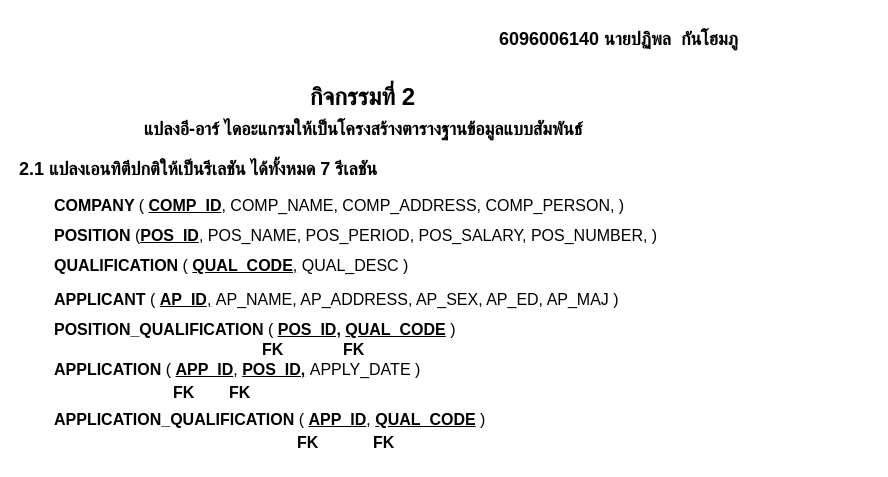
inherthz/96408_Database-Design keeps this draw.io diagram as page "กิจกรรมที่2" (2 of 17) of Untitled Diagram.drawio. Above is the earlier version. Source tidied: cells renumbered, new cells numbered last; positions are measured from the earlier drawing's top-left corner, leaving out a move shared by most shapes. Both pictures are drawn from the tidied source at 100%, with x=0, y=0 at pixel (17, 17).
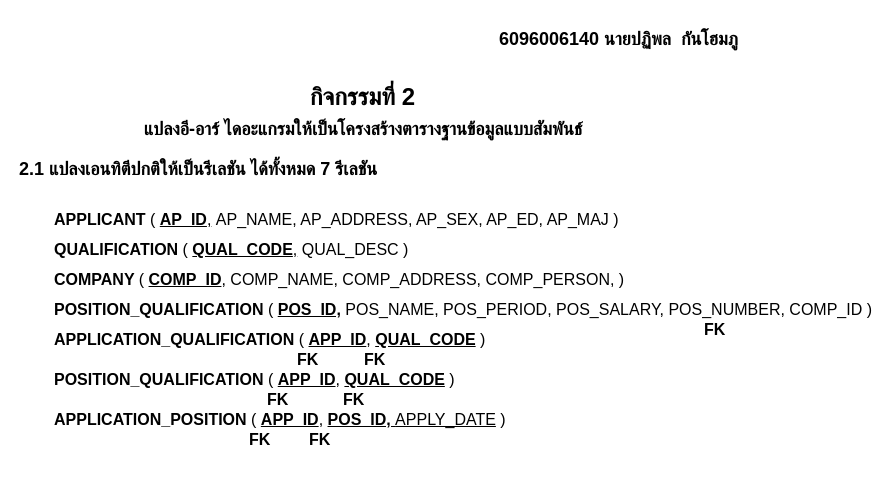
After the change.

Diff of the diagram source:
```diff
@@
 <mxGraphModel>
   <root>
     <mxCell id="0" />
     <mxCell id="1" parent="0" />
     <mxCell id="2" value="&lt;font face=&quot;Sarabun&quot;&gt;กิจกรรมที่ 2&lt;/font&gt;" style="text;strokeColor=none;fillColor=none;html=1;fontSize=24;fontStyle=1;verticalAlign=middle;align=center;" parent="1" vertex="1">
       <mxGeometry x="295" y="60" width="100" height="40" as="geometry" />
     </mxCell>
     <mxCell id="3" value="&lt;font face=&quot;Sarabun&quot;&gt;&lt;span style=&quot;font-size: 18px;&quot;&gt;แปลงอี-อาร์ ไดอะแกรมให้เป็นโครงสร้างตารางฐานข้อมูลแบบสัมพันธ์&amp;nbsp;&lt;/span&gt;&lt;/font&gt;" style="text;strokeColor=none;fillColor=none;html=1;fontSize=24;fontStyle=1;verticalAlign=middle;align=center;" parent="1" vertex="1">
       <mxGeometry x="295" y="90" width="106" height="40" as="geometry" />
     </mxCell>
     <mxCell id="4" value="&lt;font face=&quot;Sarabun&quot;&gt;&lt;span style=&quot;font-size: 18px;&quot;&gt;2.1 แปลงเอนทิตีปกติให้เป็นรีเลชัน ได้ทั้งหมด 7 รีเลชัน&lt;/span&gt;&lt;/font&gt;" style="text;strokeColor=none;fillColor=none;html=1;fontSize=24;fontStyle=1;verticalAlign=middle;align=left;" parent="1" vertex="1">
       <mxGeometry y="130" width="420" height="40" as="geometry" />
     </mxCell>
-    <mxCell id="5" value="&lt;font style=&quot;font-size: 16px;&quot; face=&quot;Sarabun&quot;&gt;APPLICATION&amp;nbsp;&lt;span style=&quot;font-weight: normal;&quot;&gt;(&amp;nbsp;&lt;/span&gt;&lt;u&gt;APP_ID&lt;/u&gt;&lt;span style=&quot;font-weight: normal;&quot;&gt;,&amp;nbsp;&lt;/span&gt;&lt;u style=&quot;&quot;&gt;POS_ID,&lt;/u&gt;&amp;nbsp;&lt;span style=&quot;font-weight: normal;&quot;&gt;APPLY_DATE&lt;/span&gt;&amp;nbsp;&lt;span style=&quot;font-weight: normal;&quot;&gt;)&lt;/span&gt;&lt;/font&gt;" style="text;strokeColor=none;fillColor=none;html=1;fontSize=24;fontStyle=1;verticalAlign=middle;align=left;" parent="1" vertex="1">
-      <mxGeometry x="35" y="330" width="445" height="40" as="geometry" />
+    <mxCell id="5" value="&lt;font style=&quot;font-size: 16px;&quot; face=&quot;Sarabun&quot;&gt;POSITION&lt;/font&gt;&lt;span style=&quot;font-family: Sarabun; font-size: 16px;&quot;&gt;_QUALIFICATION&amp;nbsp;&lt;/span&gt;&lt;font style=&quot;font-size: 16px;&quot; face=&quot;Sarabun&quot;&gt;&lt;span style=&quot;font-weight: normal;&quot;&gt;(&amp;nbsp;&lt;/span&gt;&lt;/font&gt;&lt;u style=&quot;font-family: Sarabun; font-size: 16px;&quot;&gt;APP_ID&lt;/u&gt;&lt;span style=&quot;font-family: Sarabun; font-size: 16px; font-weight: normal;&quot;&gt;,&amp;nbsp;&lt;/span&gt;&lt;u style=&quot;font-family: Sarabun; font-size: 16px;&quot;&gt;QUAL_CODE&lt;/u&gt;&lt;font style=&quot;font-size: 16px;&quot; face=&quot;Sarabun&quot;&gt;&amp;nbsp;&lt;span style=&quot;font-weight: normal;&quot;&gt;)&lt;/span&gt;&lt;/font&gt;" style="text;strokeColor=none;fillColor=none;html=1;fontSize=24;fontStyle=1;verticalAlign=middle;align=left;" parent="1" vertex="1">
+      <mxGeometry x="35" y="340" width="445" height="40" as="geometry" />
     </mxCell>
     <mxCell id="6" value="&lt;font face=&quot;Sarabun&quot;&gt;&lt;span style=&quot;font-size: 16px;&quot;&gt;FK&lt;/span&gt;&lt;/font&gt;" style="text;strokeColor=none;fillColor=none;html=1;fontSize=24;fontStyle=1;verticalAlign=middle;align=left;" parent="1" vertex="1">
-      <mxGeometry x="324" y="310" width="30" height="40" as="geometry" />
+      <mxGeometry x="685" y="290" width="30" height="40" as="geometry" />
     </mxCell>
     <mxCell id="7" value="&lt;font style=&quot;font-size: 16px;&quot; face=&quot;Sarabun&quot;&gt;&lt;span style=&quot;&quot;&gt;APPLICANT&amp;nbsp;&lt;span style=&quot;font-weight: normal;&quot;&gt;(&amp;nbsp;&lt;/span&gt;&lt;u style=&quot;&quot;&gt;AP_ID&lt;span style=&quot;font-weight: normal;&quot;&gt;,&lt;/span&gt;&lt;/u&gt;&lt;span style=&quot;font-weight: normal;&quot;&gt;&amp;nbsp;AP_NAME, AP_ADDRESS, AP_SEX, AP_ED, AP_MAJ&amp;nbsp;&lt;/span&gt;&lt;span style=&quot;font-weight: normal;&quot;&gt;)&lt;/span&gt;&lt;/span&gt;&lt;/font&gt;" style="text;strokeColor=none;fillColor=none;html=1;fontSize=24;fontStyle=1;verticalAlign=middle;align=left;" parent="1" vertex="1">
-      <mxGeometry x="35" y="260" width="650" height="40" as="geometry" />
+      <mxGeometry x="35" y="180" width="650" height="40" as="geometry" />
     </mxCell>
     <mxCell id="8" value="&lt;font face=&quot;Sarabun&quot;&gt;&lt;span style=&quot;font-size: 16px;&quot;&gt;FK&lt;/span&gt;&lt;/font&gt;" style="text;strokeColor=none;fillColor=none;html=1;fontSize=24;fontStyle=1;verticalAlign=middle;align=left;" parent="1" vertex="1">
-      <mxGeometry x="242.5" y="310" width="30" height="40" as="geometry" />
+      <mxGeometry x="230" y="400" width="30" height="40" as="geometry" />
     </mxCell>
-    <mxCell id="9" value="&lt;font style=&quot;font-size: 16px;&quot; face=&quot;Sarabun&quot;&gt;&lt;span style=&quot;&quot;&gt;POSITION&amp;nbsp;&lt;span style=&quot;font-weight: normal;&quot;&gt;(&lt;/span&gt;&lt;u style=&quot;&quot;&gt;POS_ID&lt;/u&gt;&lt;span style=&quot;font-weight: normal;&quot;&gt;, POS_NAME, POS_PERIOD, POS_SALARY, &lt;/span&gt;&lt;span style=&quot;font-weight: normal;&quot;&gt;POS_NUMBER&lt;/span&gt;&lt;span style=&quot;font-weight: normal;&quot;&gt;, &lt;/span&gt;&lt;span style=&quot;font-weight: normal;&quot;&gt;)&lt;/span&gt;&lt;/span&gt;&lt;/font&gt;" style="text;strokeColor=none;fillColor=none;html=1;fontSize=24;fontStyle=1;verticalAlign=middle;align=left;" parent="1" vertex="1">
-      <mxGeometry x="35" y="196" width="700" height="40" as="geometry" />
-    </mxCell>
     <mxCell id="10" value="&lt;font style=&quot;font-size: 16px;&quot; face=&quot;Sarabun&quot;&gt;&lt;span style=&quot;&quot;&gt;COMPANY &lt;span style=&quot;font-weight: normal;&quot;&gt;(&amp;nbsp;&lt;/span&gt;&lt;u style=&quot;&quot;&gt;COMP_ID&lt;/u&gt;&lt;span style=&quot;font-weight: normal;&quot;&gt;, COMP_NAME, COMP_ADDRESS, COMP_PERSON, &lt;/span&gt;&lt;span style=&quot;font-weight: normal;&quot;&gt;)&lt;/span&gt;&lt;/span&gt;&lt;/font&gt;" style="text;strokeColor=none;fillColor=none;html=1;fontSize=24;fontStyle=1;verticalAlign=middle;align=left;" parent="1" vertex="1">
-      <mxGeometry x="35" y="166" width="700" height="40" as="geometry" />
+      <mxGeometry x="35" y="240" width="700" height="40" as="geometry" />
     </mxCell>
     <mxCell id="11" value="&lt;font style=&quot;font-size: 16px;&quot; face=&quot;Sarabun&quot;&gt;&lt;span style=&quot;&quot;&gt;QUALIFICATION&amp;nbsp;&lt;span style=&quot;font-weight: normal;&quot;&gt;( &lt;/span&gt;&lt;u&gt;QUAL_CODE&lt;/u&gt;&lt;u style=&quot;&quot;&gt;&lt;span style=&quot;font-weight: normal;&quot;&gt;,&lt;/span&gt;&lt;/u&gt;&lt;span style=&quot;font-weight: normal;&quot;&gt;&amp;nbsp;QUAL_DESC&amp;nbsp;&lt;/span&gt;&lt;span style=&quot;font-weight: normal;&quot;&gt;)&lt;/span&gt;&lt;/span&gt;&lt;/font&gt;" style="text;strokeColor=none;fillColor=none;html=1;fontSize=24;fontStyle=1;verticalAlign=middle;align=left;" parent="1" vertex="1">
-      <mxGeometry x="35" y="226" width="650" height="40" as="geometry" />
+      <mxGeometry x="35" y="210" width="650" height="40" as="geometry" />
     </mxCell>
     <mxCell id="12" value="&lt;font face=&quot;Sarabun&quot;&gt;&lt;span style=&quot;font-size: 16px;&quot;&gt;FK&lt;/span&gt;&lt;/font&gt;" style="text;strokeColor=none;fillColor=none;html=1;fontSize=24;fontStyle=1;verticalAlign=middle;align=left;" parent="1" vertex="1">
-      <mxGeometry x="154" y="353" width="30" height="40" as="geometry" />
+      <mxGeometry x="278" y="320" width="30" height="40" as="geometry" />
     </mxCell>
     <mxCell id="13" value="&lt;font face=&quot;Sarabun&quot;&gt;&lt;span style=&quot;font-size: 18px;&quot;&gt;6096006140 นายปฏิพล&amp;nbsp; กันโฮมภู&amp;nbsp;&lt;/span&gt;&lt;/font&gt;" style="text;strokeColor=none;fillColor=none;html=1;fontSize=24;fontStyle=1;verticalAlign=middle;align=left;" parent="1" vertex="1">
       <mxGeometry x="480" width="276" height="40" as="geometry" />
     </mxCell>
-    <mxCell id="14" value="&lt;font style=&quot;font-size: 16px;&quot; face=&quot;Sarabun&quot;&gt;POSITION_QUALIFICATION&amp;nbsp;&lt;span style=&quot;font-weight: normal;&quot;&gt;( &lt;/span&gt;&lt;u&gt;POS_ID,&lt;/u&gt; &lt;u&gt;QUAL_CODE&lt;/u&gt;&amp;nbsp;&lt;span style=&quot;font-weight: normal;&quot;&gt;)&lt;/span&gt;&lt;/font&gt;" style="text;strokeColor=none;fillColor=none;html=1;fontSize=24;fontStyle=1;verticalAlign=middle;align=left;" parent="1" vertex="1">
-      <mxGeometry x="35" y="290" width="650" height="40" as="geometry" />
+    <mxCell id="14" value="&lt;font style=&quot;font-size: 16px;&quot; face=&quot;Sarabun&quot;&gt;POSITION_QUALIFICATION&amp;nbsp;&lt;span style=&quot;font-weight: normal;&quot;&gt;( &lt;/span&gt;&lt;u&gt;POS_ID,&lt;/u&gt; &lt;span style=&quot;font-weight: normal;&quot;&gt;POS_NAME, POS_PERIOD, POS_SALARY, POS_NUMBER, COMP_ID&lt;/span&gt;&amp;nbsp;&lt;span style=&quot;font-weight: normal;&quot;&gt;)&lt;/span&gt;&lt;/font&gt;" style="text;strokeColor=none;fillColor=none;html=1;fontSize=24;fontStyle=1;verticalAlign=middle;align=left;" parent="1" vertex="1">
+      <mxGeometry x="35" y="270" width="715" height="40" as="geometry" />
     </mxCell>
     <mxCell id="15" value="&lt;font face=&quot;Sarabun&quot;&gt;&lt;span style=&quot;font-size: 16px;&quot;&gt;FK&lt;/span&gt;&lt;/font&gt;" style="text;strokeColor=none;fillColor=none;html=1;fontSize=24;fontStyle=1;verticalAlign=middle;align=left;" parent="1" vertex="1">
-      <mxGeometry x="210" y="353" width="30" height="40" as="geometry" />
+      <mxGeometry x="345" y="320" width="30" height="40" as="geometry" />
     </mxCell>
     <mxCell id="16" value="&lt;font style=&quot;font-size: 16px;&quot; face=&quot;Sarabun&quot;&gt;APPLICATION_QUALIFICATION&amp;nbsp;&lt;span style=&quot;font-weight: normal;&quot;&gt;(&amp;nbsp;&lt;/span&gt;&lt;u&gt;APP_ID&lt;/u&gt;&lt;span style=&quot;font-weight: normal;&quot;&gt;,&amp;nbsp;&lt;/span&gt;&lt;u style=&quot;&quot;&gt;QUAL_CODE&lt;/u&gt;&amp;nbsp;&lt;span style=&quot;font-weight: normal;&quot;&gt;)&lt;/span&gt;&lt;/font&gt;" style="text;strokeColor=none;fillColor=none;html=1;fontSize=24;fontStyle=1;verticalAlign=middle;align=left;" parent="1" vertex="1">
-      <mxGeometry x="35" y="380" width="445" height="40" as="geometry" />
+      <mxGeometry x="35" y="300" width="445" height="40" as="geometry" />
     </mxCell>
     <mxCell id="17" value="&lt;font face=&quot;Sarabun&quot;&gt;&lt;span style=&quot;font-size: 16px;&quot;&gt;FK&lt;/span&gt;&lt;/font&gt;" style="text;strokeColor=none;fillColor=none;html=1;fontSize=24;fontStyle=1;verticalAlign=middle;align=left;" parent="1" vertex="1">
-      <mxGeometry x="278" y="403" width="30" height="40" as="geometry" />
+      <mxGeometry x="248" y="360" width="30" height="40" as="geometry" />
     </mxCell>
     <mxCell id="18" value="&lt;font face=&quot;Sarabun&quot;&gt;&lt;span style=&quot;font-size: 16px;&quot;&gt;FK&lt;/span&gt;&lt;/font&gt;" style="text;strokeColor=none;fillColor=none;html=1;fontSize=24;fontStyle=1;verticalAlign=middle;align=left;" parent="1" vertex="1">
-      <mxGeometry x="354" y="403" width="30" height="40" as="geometry" />
+      <mxGeometry x="324" y="360" width="30" height="40" as="geometry" />
     </mxCell>
+    <mxCell id="19" value="&lt;font style=&quot;font-size: 16px;&quot; face=&quot;Sarabun&quot;&gt;APPLICATION_POSITION&amp;nbsp;&lt;span style=&quot;font-weight: normal;&quot;&gt;(&amp;nbsp;&lt;/span&gt;&lt;u&gt;APP_ID&lt;/u&gt;&lt;span style=&quot;font-weight: normal;&quot;&gt;,&amp;nbsp;&lt;/span&gt;&lt;u style=&quot;&quot;&gt;POS_ID, &lt;span style=&quot;font-weight: normal;&quot;&gt;APPLY_DATE&lt;/span&gt;&lt;/u&gt;&amp;nbsp;&lt;span style=&quot;font-weight: normal;&quot;&gt;)&lt;/span&gt;&lt;/font&gt;" style="text;strokeColor=none;fillColor=none;html=1;fontSize=24;fontStyle=1;verticalAlign=middle;align=left;" parent="1" vertex="1">
+      <mxGeometry x="35" y="380" width="445" height="40" as="geometry" />
+    </mxCell>
+    <mxCell id="20" value="&lt;font face=&quot;Sarabun&quot;&gt;&lt;span style=&quot;font-size: 16px;&quot;&gt;FK&lt;/span&gt;&lt;/font&gt;" style="text;strokeColor=none;fillColor=none;html=1;fontSize=24;fontStyle=1;verticalAlign=middle;align=left;" parent="1" vertex="1">
+      <mxGeometry x="290" y="400" width="30" height="40" as="geometry" />
+    </mxCell>
   </root>
 </mxGraphModel>
```
